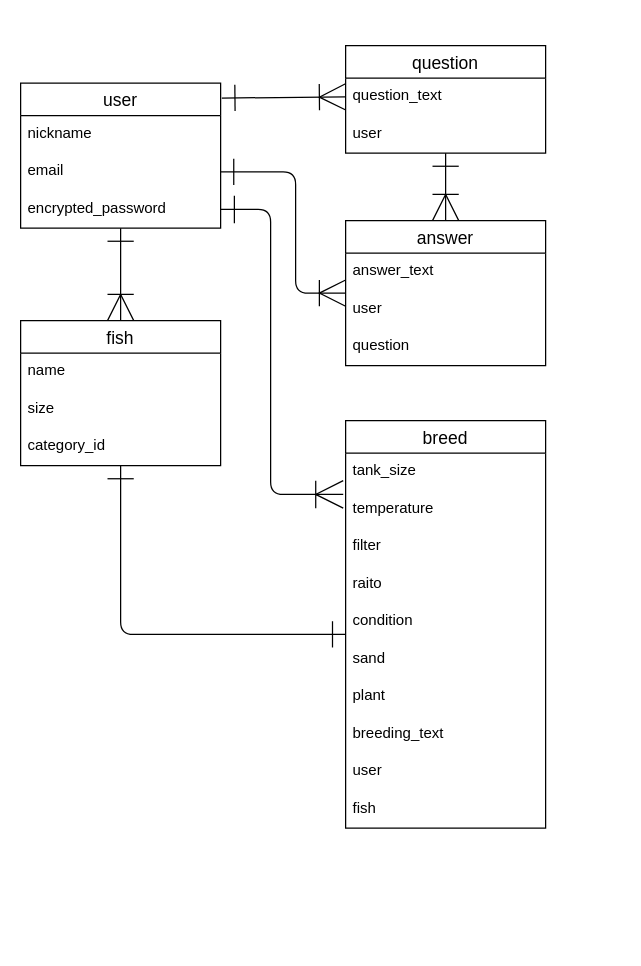
Before: ER.dio in shimitar/fish-breeding, a draw.io diagram. Source tidied: cells renumbered, new cells numbered last; positions are measured from the earlier drawing's top-left corner, leaving out a move shared by most shapes. Both pictures are drawn from the tidied source at 125%, with x=0, y=0 at pixel (20, 45).
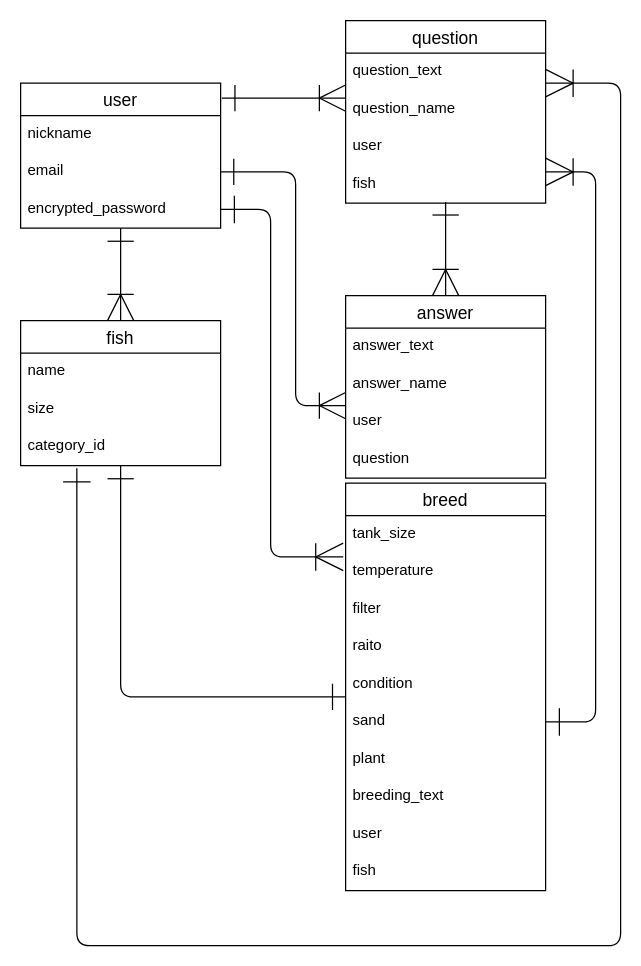
Above is the later version.

Unchanged cells that the change refers to:
```xml
<mxCell id="3" value="user" style="swimlane;fontStyle=0;horizontal=1;startSize=26;align=center;fontSize=14;" parent="1" vertex="1">
  <mxGeometry y="30" width="160" height="116" as="geometry" />
</mxCell>
<mxCell id="5" value="email" style="text;strokeColor=none;fillColor=none;spacingLeft=4;spacingRight=4;overflow=hidden;points=[[0,0.5],[1,0.5]];portConstraint=eastwest;fontSize=12;" parent="3" vertex="1">
  <mxGeometry y="56" width="160" height="30" as="geometry" />
</mxCell>
<mxCell id="6" value="encrypted_password" style="text;strokeColor=none;fillColor=none;spacingLeft=4;spacingRight=4;overflow=hidden;points=[[0,0.5],[1,0.5]];portConstraint=eastwest;fontSize=12;" parent="3" vertex="1">
  <mxGeometry y="86" width="160" height="30" as="geometry" />
</mxCell>
<mxCell id="8" value="fish" style="swimlane;fontStyle=0;horizontal=1;startSize=26;align=center;fontSize=14;" parent="1" vertex="1">
  <mxGeometry y="220" width="160" height="116" as="geometry" />
</mxCell>
<mxCell id="11" value="category_id" style="text;strokeColor=none;fillColor=none;spacingLeft=4;spacingRight=4;overflow=hidden;points=[[0,0.5],[1,0.5]];portConstraint=eastwest;fontSize=12;" parent="8" vertex="1">
  <mxGeometry y="86" width="160" height="30" as="geometry" />
</mxCell>
<mxCell id="13" value="question_text" style="text;strokeColor=none;fillColor=none;spacingLeft=4;spacingRight=4;overflow=hidden;points=[[0,0.5],[1,0.5]];portConstraint=eastwest;fontSize=12;" parent="12" vertex="1">
  <mxGeometry y="26" width="160" height="30" as="geometry" />
</mxCell>
<mxCell id="22" value="temperature " style="text;strokeColor=none;fillColor=none;spacingLeft=4;spacingRight=4;overflow=hidden;points=[[0,0.5],[1,0.5]];portConstraint=eastwest;fontSize=12;" parent="20" vertex="1">
  <mxGeometry y="56" width="160" height="30" as="geometry" />
</mxCell>
<mxCell id="25" value="condition" style="text;strokeColor=none;fillColor=none;spacingLeft=4;spacingRight=4;overflow=hidden;points=[[0,0.5],[1,0.5]];portConstraint=eastwest;fontSize=12;" parent="20" vertex="1">
  <mxGeometry y="146" width="160" height="30" as="geometry" />
</mxCell>
<mxCell id="26" value="sand" style="text;strokeColor=none;fillColor=none;spacingLeft=4;spacingRight=4;overflow=hidden;points=[[0,0.5],[1,0.5]];portConstraint=eastwest;fontSize=12;" parent="20" vertex="1">
  <mxGeometry y="176" width="160" height="30" as="geometry" />
</mxCell>
```

The edit, as a diff of the source:
```diff
@@
     <mxCell id="7" style="edgeStyle=none;html=1;entryX=0;entryY=0.833;entryDx=0;entryDy=0;entryPerimeter=0;startArrow=ERone;startFill=0;endArrow=ERone;endFill=0;startSize=19;endSize=19;" parent="1" edge="1" source="8" target="25">
       <mxGeometry relative="1" as="geometry">
         <Array as="points">
-          <mxPoint x="80" y="471" />
+          <mxPoint x="80" y="521" />
         </Array>
       </mxGeometry>
     </mxCell>
@@
     <mxCell id="12" value="question" style="swimlane;fontStyle=0;horizontal=1;startSize=26;align=center;fontSize=14;" parent="1" vertex="1">
-      <mxGeometry x="260" width="160" height="86" as="geometry" />
+      <mxGeometry x="260" y="-20" width="160" height="146" as="geometry" />
     </mxCell>
@@
+    <mxCell id="34" value="question_name&#10;" style="text;strokeColor=none;fillColor=none;spacingLeft=4;spacingRight=4;overflow=hidden;fontSize=12;" parent="12" vertex="1">
+      <mxGeometry y="56" width="160" height="30" as="geometry" />
+    </mxCell>
     <mxCell id="14" value="user" style="text;strokeColor=none;fillColor=none;spacingLeft=4;spacingRight=4;overflow=hidden;points=[[0,0.5],[1,0.5]];portConstraint=eastwest;fontSize=12;" parent="12" vertex="1">
-      <mxGeometry y="56" width="160" height="30" as="geometry" />
+      <mxGeometry y="86" width="160" height="30" as="geometry" />
     </mxCell>
+    <mxCell id="35" value="fish" style="text;strokeColor=none;fillColor=none;spacingLeft=4;spacingRight=4;overflow=hidden;points=[[0,0.5],[1,0.5]];portConstraint=eastwest;fontSize=12;" parent="12" vertex="1">
+      <mxGeometry y="116" width="160" height="30" as="geometry" />
+    </mxCell>
-    <mxCell id="15" style="edgeStyle=none;html=1;startArrow=ERoneToMany;startFill=0;endArrow=ERone;endFill=0;startSize=19;endSize=19;" parent="1" edge="1" source="16" target="14">
+    <mxCell id="15" style="edgeStyle=none;html=1;startArrow=ERoneToMany;startFill=0;endArrow=ERone;endFill=0;startSize=19;endSize=19;entryX=0.5;entryY=0.967;entryDx=0;entryDy=0;entryPerimeter=0;" parent="1" edge="1" source="16" target="35">
       <mxGeometry relative="1" as="geometry" />
     </mxCell>
     <mxCell id="16" value="answer" style="swimlane;fontStyle=0;horizontal=1;startSize=26;align=center;fontSize=14;" parent="1" vertex="1">
-      <mxGeometry x="260" y="140" width="160" height="116" as="geometry" />
+      <mxGeometry x="260" y="200" width="160" height="146" as="geometry" />
     </mxCell>
@@
+    <mxCell id="36" value="answer_name" style="text;strokeColor=none;fillColor=none;spacingLeft=4;spacingRight=4;overflow=hidden;fontSize=12;" parent="16" vertex="1">
+      <mxGeometry y="56" width="160" height="30" as="geometry" />
+    </mxCell>
     <mxCell id="18" value="user" style="text;strokeColor=none;fillColor=none;spacingLeft=4;spacingRight=4;overflow=hidden;points=[[0,0.5],[1,0.5]];portConstraint=eastwest;fontSize=12;" parent="16" vertex="1">
-      <mxGeometry y="56" width="160" height="30" as="geometry" />
+      <mxGeometry y="86" width="160" height="30" as="geometry" />
     </mxCell>
     <mxCell id="19" value="question" style="text;strokeColor=none;fillColor=none;spacingLeft=4;spacingRight=4;overflow=hidden;fontSize=12;" parent="16" vertex="1">
-      <mxGeometry y="86" width="160" height="30" as="geometry" />
+      <mxGeometry y="116" width="160" height="30" as="geometry" />
     </mxCell>
     <mxCell id="20" value="breed" style="swimlane;fontStyle=0;horizontal=1;startSize=26;align=center;fontSize=14;" parent="1" vertex="1">
-      <mxGeometry x="260" y="300" width="160" height="326" as="geometry" />
+      <mxGeometry x="260" y="350" width="160" height="326" as="geometry" />
     </mxCell>
@@
-    <mxCell id="31" style="edgeStyle=none;html=1;entryX=0;entryY=0.5;entryDx=0;entryDy=0;startArrow=ERone;startFill=0;endArrow=ERoneToMany;endFill=0;startSize=19;endSize=19;exitX=1.006;exitY=0.103;exitDx=0;exitDy=0;exitPerimeter=0;" parent="1" edge="1" source="3" target="13">
-      <mxGeometry relative="1" as="geometry" />
+    <mxCell id="31" style="edgeStyle=none;html=1;startArrow=ERone;startFill=0;endArrow=ERoneToMany;endFill=0;startSize=19;endSize=19;exitX=1.006;exitY=0.103;exitDx=0;exitDy=0;exitPerimeter=0;" parent="1" edge="1" source="3">
+      <mxGeometry relative="1" as="geometry">
+        <mxPoint x="260" y="42" as="targetPoint" />
+      </mxGeometry>
     </mxCell>
     <mxCell id="32" style="edgeStyle=none;html=1;entryX=0;entryY=0.067;entryDx=0;entryDy=0;entryPerimeter=0;startArrow=ERone;startFill=0;endArrow=ERoneToMany;endFill=0;startSize=19;endSize=19;exitX=1;exitY=0.5;exitDx=0;exitDy=0;" parent="1" edge="1" source="5" target="18">
       <mxGeometry relative="1" as="geometry">
         <Array as="points">
           <mxPoint x="220" y="101" />
-          <mxPoint x="220" y="198" />
+          <mxPoint x="220" y="288" />
         </Array>
       </mxGeometry>
     </mxCell>
     <mxCell id="33" style="edgeStyle=none;html=1;entryX=-0.012;entryY=0.1;entryDx=0;entryDy=0;entryPerimeter=0;exitX=1;exitY=0.5;exitDx=0;exitDy=0;endArrow=ERoneToMany;endFill=0;endSize=20;startSize=20;startArrow=ERone;startFill=0;" parent="1" edge="1" source="6" target="22">
       <mxGeometry relative="1" as="geometry">
         <Array as="points">
           <mxPoint x="200" y="131" />
-          <mxPoint x="200" y="359" />
+          <mxPoint x="200" y="409" />
         </Array>
       </mxGeometry>
     </mxCell>
+    <mxCell id="37" style="edgeStyle=none;html=1;exitX=0.281;exitY=1.067;exitDx=0;exitDy=0;exitPerimeter=0;endArrow=ERoneToMany;endFill=0;startArrow=ERone;startFill=0;endSize=20;startSize=20;" parent="1" edge="1" source="11">
+      <mxGeometry relative="1" as="geometry">
+        <mxPoint x="420" y="30" as="targetPoint" />
+        <Array as="points">
+          <mxPoint x="45" y="720" />
+          <mxPoint x="480" y="720" />
+          <mxPoint x="480" y="370" />
+          <mxPoint x="480" y="30" />
+        </Array>
+      </mxGeometry>
+    </mxCell>
+    <mxCell id="38" style="edgeStyle=none;html=1;startArrow=ERone;startFill=0;endArrow=ERoneToMany;endFill=0;startSize=20;endSize=20;exitX=1;exitY=0.5;exitDx=0;exitDy=0;" parent="1" edge="1" source="26">
+      <mxGeometry relative="1" as="geometry">
+        <mxPoint x="420" y="101" as="targetPoint" />
+        <Array as="points">
+          <mxPoint x="460" y="541" />
+          <mxPoint x="460" y="280" />
+          <mxPoint x="460" y="101" />
+        </Array>
+      </mxGeometry>
+    </mxCell>
```
